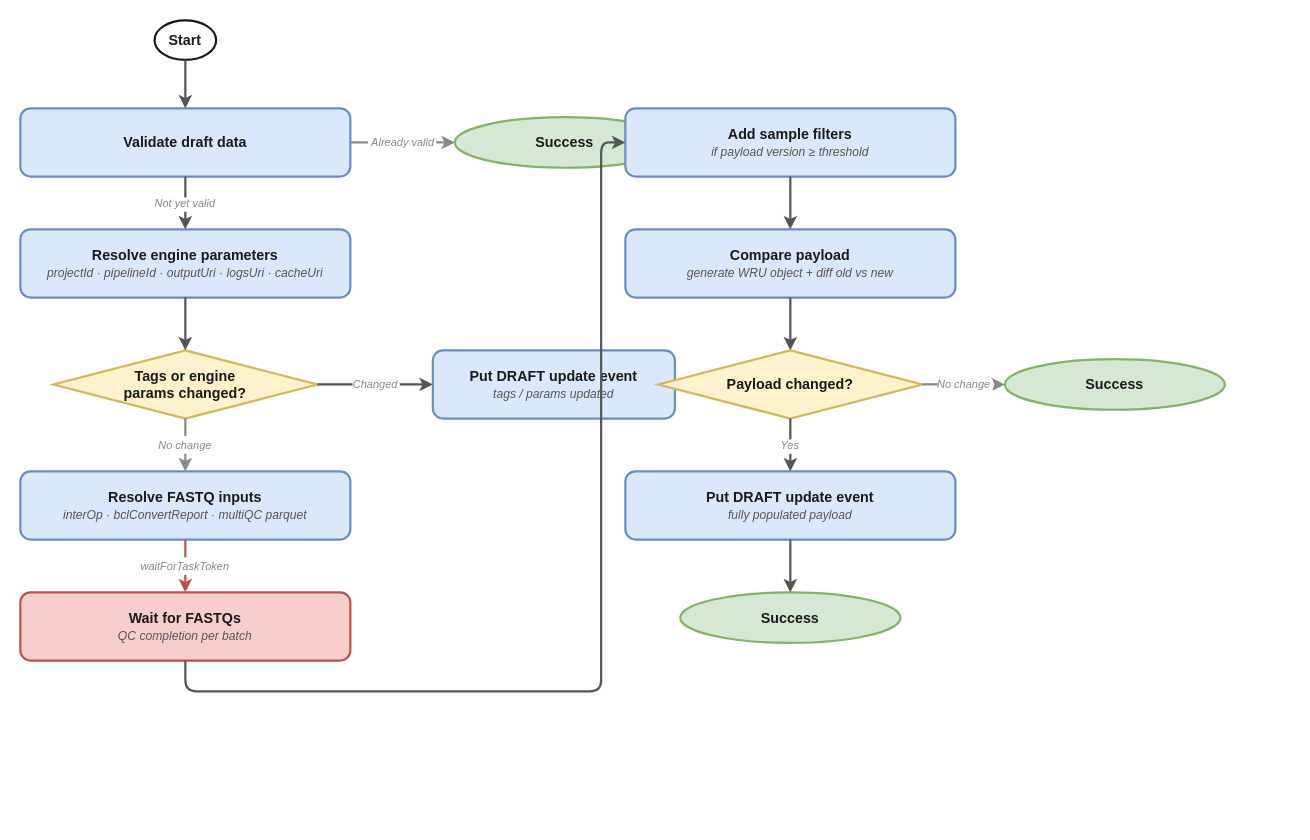
Before: docs/draw-io-exports/populate-draft-data.drawio in OrcaBus/service-bclconvert-interop-qc-pipeline-manager, a draw.io diagram. Source tidied: cells renumbered, new cells numbered last; positions are measured from the earlier drawing's top-left corner, leaving out a move shared by most shapes. Both pictures are drawn from the tidied source at 110%, with x=0, y=0 at pixel (20, 20).
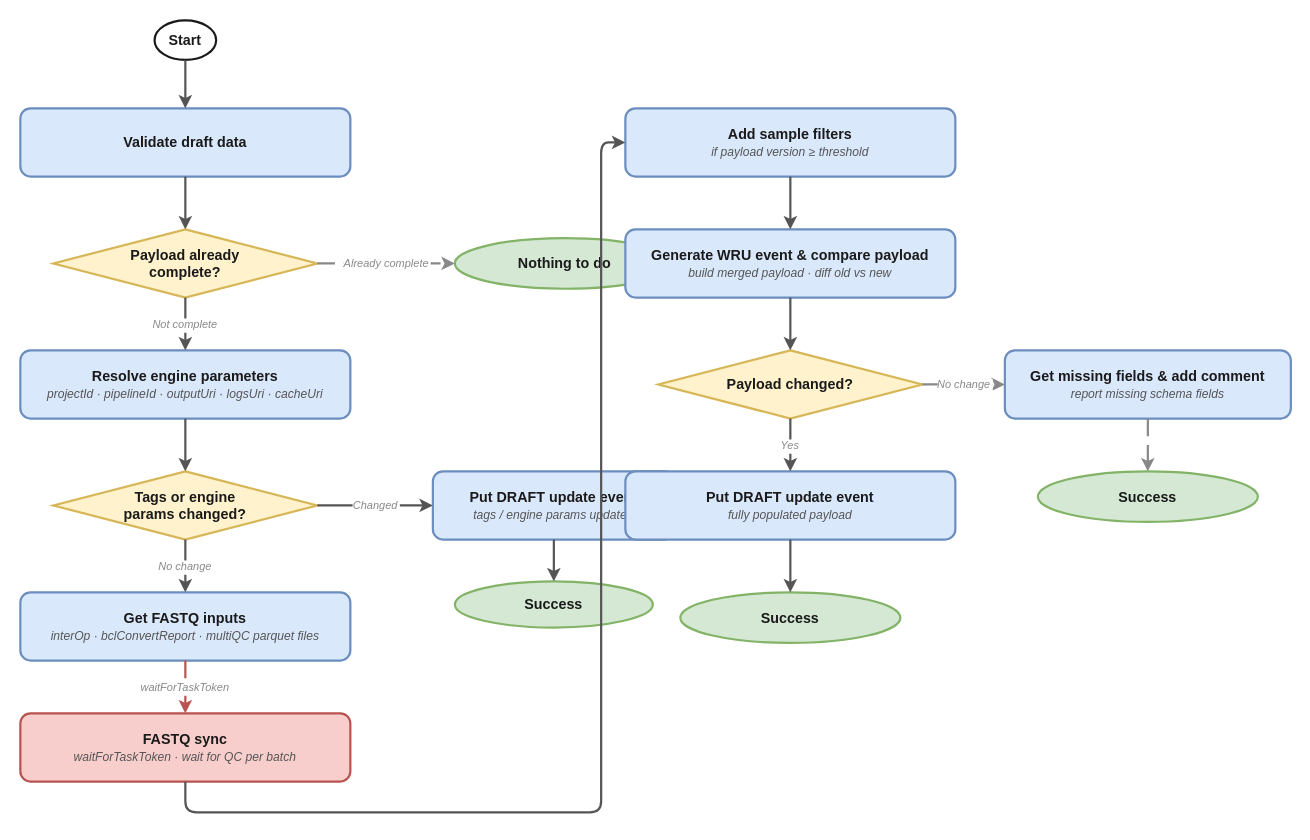
Above is the later version.

Unchanged cells that the change refers to:
```xml
<mxCell id="3" value="Validate draft data" style="rounded=1;whiteSpace=wrap;html=1;fillColor=#dae8fc;strokeColor=#6c8ebf;strokeWidth=2;fontSize=13;fontStyle=1;fontColor=#1a1a1a;" parent="1" vertex="1">
  <mxGeometry y="80" width="300" height="62" as="geometry" />
</mxCell>
<mxCell id="10" value="&lt;b&gt;Add sample filters&lt;/b&gt;&lt;br&gt;&lt;i style=&quot;font-size:11px;color:#555555;&quot;&gt;if payload version ≥ threshold&lt;/i&gt;" style="rounded=1;whiteSpace=wrap;html=1;fillColor=#dae8fc;strokeColor=#6c8ebf;strokeWidth=2;fontSize=13;fontColor=#1a1a1a;" parent="1" vertex="1">
  <mxGeometry x="550" y="80" width="300" height="62" as="geometry" />
</mxCell>
```

The edit, as a diff of the source:
```diff
@@
-    <mxCell id="4" value="Success" style="ellipse;whiteSpace=wrap;html=1;fillColor=#d5e8d4;strokeColor=#82b366;strokeWidth=2;fontSize=13;fontStyle=1;fontColor=#1a1a1a;arcSize=50;" parent="1" vertex="1">
-      <mxGeometry x="395" y="88" width="200" height="46" as="geometry" />
+    <mxCell id="4" value="Payload already&#10;complete?" style="rhombus;whiteSpace=wrap;html=1;fillColor=#fff2cc;strokeColor=#d6b656;strokeWidth=2;fontSize=13;fontStyle=1;fontColor=#1a1a1a;" parent="1" vertex="1">
+      <mxGeometry x="30" y="190" width="240" height="62" as="geometry" />
     </mxCell>
+    <mxCell id="29" value="Nothing to do" style="ellipse;whiteSpace=wrap;html=1;fillColor=#d5e8d4;strokeColor=#82b366;strokeWidth=2;fontSize=13;fontStyle=1;fontColor=#1a1a1a;arcSize=50;" parent="1" vertex="1">
+      <mxGeometry x="395" y="198" width="200" height="46" as="geometry" />
+    </mxCell>
     <mxCell id="5" value="&lt;b&gt;Resolve engine parameters&lt;/b&gt;&lt;br&gt;&lt;i style=&quot;font-size:11px;color:#555555;&quot;&gt;projectId · pipelineId · outputUri · logsUri · cacheUri&lt;/i&gt;" style="rounded=1;whiteSpace=wrap;html=1;fillColor=#dae8fc;strokeColor=#6c8ebf;strokeWidth=2;fontSize=13;fontColor=#1a1a1a;" parent="1" vertex="1">
-      <mxGeometry y="190" width="300" height="62" as="geometry" />
+      <mxGeometry y="300" width="300" height="62" as="geometry" />
     </mxCell>
     <mxCell id="6" value="Tags or engine&#10;params changed?" style="rhombus;whiteSpace=wrap;html=1;fillColor=#fff2cc;strokeColor=#d6b656;strokeWidth=2;fontSize=13;fontStyle=1;fontColor=#1a1a1a;" parent="1" vertex="1">
-      <mxGeometry x="30" y="300" width="240" height="62" as="geometry" />
+      <mxGeometry x="30" y="410" width="240" height="62" as="geometry" />
     </mxCell>
-    <mxCell id="7" value="&lt;b&gt;Put DRAFT update event&lt;/b&gt;&lt;br&gt;&lt;i style=&quot;font-size:11px;color:#555555;&quot;&gt;tags / params updated&lt;/i&gt;" style="rounded=1;whiteSpace=wrap;html=1;fillColor=#dae8fc;strokeColor=#6c8ebf;strokeWidth=2;fontSize=13;fontColor=#1a1a1a;" parent="1" vertex="1">
-      <mxGeometry x="375" y="300" width="220" height="62" as="geometry" />
+    <mxCell id="7" value="&lt;b&gt;Put DRAFT update event&lt;/b&gt;&lt;br&gt;&lt;i style=&quot;font-size:11px;color:#555555;&quot;&gt;tags / engine params updated&lt;/i&gt;" style="rounded=1;whiteSpace=wrap;html=1;fillColor=#dae8fc;strokeColor=#6c8ebf;strokeWidth=2;fontSize=13;fontColor=#1a1a1a;" parent="1" vertex="1">
+      <mxGeometry x="375" y="410" width="220" height="62" as="geometry" />
     </mxCell>
+    <mxCell id="30" value="Success" style="ellipse;whiteSpace=wrap;html=1;fillColor=#d5e8d4;strokeColor=#82b366;strokeWidth=2;fontSize=13;fontStyle=1;fontColor=#1a1a1a;arcSize=50;" parent="1" vertex="1">
+      <mxGeometry x="395" y="510" width="180" height="42" as="geometry" />
+    </mxCell>
-    <mxCell id="8" value="&lt;b&gt;Resolve FASTQ inputs&lt;/b&gt;&lt;br&gt;&lt;i style=&quot;font-size:11px;color:#555555;&quot;&gt;interOp · bclConvertReport · multiQC parquet&lt;/i&gt;" style="rounded=1;whiteSpace=wrap;html=1;fillColor=#dae8fc;strokeColor=#6c8ebf;strokeWidth=2;fontSize=13;fontColor=#1a1a1a;" parent="1" vertex="1">
-      <mxGeometry y="410" width="300" height="62" as="geometry" />
+    <mxCell id="8" value="&lt;b&gt;Get FASTQ inputs&lt;/b&gt;&lt;br&gt;&lt;i style=&quot;font-size:11px;color:#555555;&quot;&gt;interOp · bclConvertReport · multiQC parquet files&lt;/i&gt;" style="rounded=1;whiteSpace=wrap;html=1;fillColor=#dae8fc;strokeColor=#6c8ebf;strokeWidth=2;fontSize=13;fontColor=#1a1a1a;" parent="1" vertex="1">
+      <mxGeometry y="520" width="300" height="62" as="geometry" />
     </mxCell>
-    <mxCell id="9" value="&lt;b&gt;Wait for FASTQs&lt;/b&gt;&lt;br&gt;&lt;i style=&quot;font-size:11px;color:#555555;&quot;&gt;QC completion per batch&lt;/i&gt;" style="rounded=1;whiteSpace=wrap;html=1;fillColor=#f8cecc;strokeColor=#b85450;strokeWidth=2;fontSize=13;fontColor=#1a1a1a;" parent="1" vertex="1">
-      <mxGeometry y="520" width="300" height="62" as="geometry" />
+    <mxCell id="9" value="&lt;b&gt;FASTQ sync&lt;/b&gt;&lt;br&gt;&lt;i style=&quot;font-size:11px;color:#555555;&quot;&gt;waitForTaskToken · wait for QC per batch&lt;/i&gt;" style="rounded=1;whiteSpace=wrap;html=1;fillColor=#f8cecc;strokeColor=#b85450;strokeWidth=2;fontSize=13;fontColor=#1a1a1a;" parent="1" vertex="1">
+      <mxGeometry y="630" width="300" height="62" as="geometry" />
     </mxCell>
@@
-    <mxCell id="11" value="&lt;b&gt;Compare payload&lt;/b&gt;&lt;br&gt;&lt;i style=&quot;font-size:11px;color:#555555;&quot;&gt;generate WRU object + diff old vs new&lt;/i&gt;" style="rounded=1;whiteSpace=wrap;html=1;fillColor=#dae8fc;strokeColor=#6c8ebf;strokeWidth=2;fontSize=13;fontColor=#1a1a1a;" parent="1" vertex="1">
+    <mxCell id="11" value="&lt;b&gt;Generate WRU event &amp;amp; compare payload&lt;/b&gt;&lt;br&gt;&lt;i style=&quot;font-size:11px;color:#555555;&quot;&gt;build merged payload · diff old vs new&lt;/i&gt;" style="rounded=1;whiteSpace=wrap;html=1;fillColor=#dae8fc;strokeColor=#6c8ebf;strokeWidth=2;fontSize=13;fontColor=#1a1a1a;" parent="1" vertex="1">
       <mxGeometry x="550" y="190" width="300" height="62" as="geometry" />
     </mxCell>
@@
-    <mxCell id="15" value="Success" style="ellipse;whiteSpace=wrap;html=1;fillColor=#d5e8d4;strokeColor=#82b366;strokeWidth=2;fontSize=13;fontStyle=1;fontColor=#1a1a1a;arcSize=50;" parent="1" vertex="1">
-      <mxGeometry x="895" y="308" width="200" height="46" as="geometry" />
+    <mxCell id="15" value="&lt;b&gt;Get missing fields &amp;amp; add comment&lt;/b&gt;&lt;br&gt;&lt;i style=&quot;font-size:11px;color:#555555;&quot;&gt;report missing schema fields&lt;/i&gt;" style="rounded=1;whiteSpace=wrap;html=1;fillColor=#dae8fc;strokeColor=#6c8ebf;strokeWidth=2;fontSize=13;fontColor=#1a1a1a;" parent="1" vertex="1">
+      <mxGeometry x="895" y="300" width="260" height="62" as="geometry" />
     </mxCell>
+    <mxCell id="31" value="Success" style="ellipse;whiteSpace=wrap;html=1;fillColor=#d5e8d4;strokeColor=#82b366;strokeWidth=2;fontSize=13;fontStyle=1;fontColor=#1a1a1a;arcSize=50;" parent="1" vertex="1">
+      <mxGeometry x="925" y="410" width="200" height="46" as="geometry" />
+    </mxCell>
@@
-    <mxCell id="17" value="Already valid" style="edgeStyle=orthogonalEdgeStyle;strokeColor=#888888;strokeWidth=2;dashed=1;dashPattern=8 4;fontSize=10;fontColor=#888888;fontStyle=2;exitX=1;exitY=0.5;exitDx=0;exitDy=0;entryX=0;entryY=0.5;entryDx=0;entryDy=0;" parent="1" edge="1" source="3" target="4">
+    <mxCell id="17" style="edgeStyle=orthogonalEdgeStyle;strokeColor=#555555;strokeWidth=2;exitX=0.5;exitY=1;exitDx=0;exitDy=0;entryX=0.5;entryY=0;entryDx=0;entryDy=0;" parent="1" edge="1" source="3" target="4">
       <mxGeometry relative="1" as="geometry" />
     </mxCell>
+    <mxCell id="32" value="Already complete" style="edgeStyle=orthogonalEdgeStyle;strokeColor=#888888;strokeWidth=2;dashed=1;dashPattern=8 4;fontSize=10;fontColor=#888888;fontStyle=2;exitX=1;exitY=0.5;exitDx=0;exitDy=0;entryX=0;entryY=0.5;entryDx=0;entryDy=0;" parent="1" edge="1" source="4" target="29">
+      <mxGeometry relative="1" as="geometry" />
+    </mxCell>
-    <mxCell id="18" value="Not yet valid" style="edgeStyle=orthogonalEdgeStyle;strokeColor=#555555;strokeWidth=2;fontSize=10;fontColor=#888888;fontStyle=2;exitX=0.5;exitY=1;exitDx=0;exitDy=0;entryX=0.5;entryY=0;entryDx=0;entryDy=0;" parent="1" edge="1" source="3" target="5">
+    <mxCell id="18" value="Not complete" style="edgeStyle=orthogonalEdgeStyle;strokeColor=#555555;strokeWidth=2;fontSize=10;fontColor=#888888;fontStyle=2;exitX=0.5;exitY=1;exitDx=0;exitDy=0;entryX=0.5;entryY=0;entryDx=0;entryDy=0;" parent="1" edge="1" source="4" target="5">
       <mxGeometry relative="1" as="geometry" />
     </mxCell>
@@
+    <mxCell id="33" style="edgeStyle=orthogonalEdgeStyle;strokeColor=#555555;strokeWidth=2;exitX=0.5;exitY=1;exitDx=0;exitDy=0;entryX=0.5;entryY=0;entryDx=0;entryDy=0;" parent="1" edge="1" source="7" target="30">
+      <mxGeometry relative="1" as="geometry" />
+    </mxCell>
-    <mxCell id="21" value="No change" style="edgeStyle=orthogonalEdgeStyle;strokeColor=#888888;strokeWidth=2;dashed=1;dashPattern=8 4;fontSize=10;fontColor=#888888;fontStyle=2;exitX=0.5;exitY=1;exitDx=0;exitDy=0;entryX=0.5;entryY=0;entryDx=0;entryDy=0;" parent="1" edge="1" source="6" target="8">
+    <mxCell id="21" value="No change" style="edgeStyle=orthogonalEdgeStyle;strokeColor=#555555;strokeWidth=2;fontSize=10;fontColor=#888888;fontStyle=2;exitX=0.5;exitY=1;exitDx=0;exitDy=0;entryX=0.5;entryY=0;entryDx=0;entryDy=0;" parent="1" edge="1" source="6" target="8">
       <mxGeometry relative="1" as="geometry" />
     </mxCell>
@@
     <mxCell id="23" style="edgeStyle=orthogonalEdgeStyle;strokeColor=#555555;strokeWidth=2;exitX=0.5;exitY=1;exitDx=0;exitDy=0;entryX=0;entryY=0.5;entryDx=0;entryDy=0;" parent="1" edge="1" source="9" target="10">
       <mxGeometry relative="1" as="geometry">
         <Array as="points">
-          <mxPoint x="150" y="610" />
-          <mxPoint x="528" y="610" />
+          <mxPoint x="150" y="720" />
+          <mxPoint x="528" y="720" />
           <mxPoint x="528" y="111" />
         </Array>
       </mxGeometry>
     </mxCell>
@@
+    <mxCell id="34" style="edgeStyle=orthogonalEdgeStyle;strokeColor=#888888;strokeWidth=2;dashed=1;dashPattern=8 4;exitX=0.5;exitY=1;exitDx=0;exitDy=0;entryX=0.5;entryY=0;entryDx=0;entryDy=0;" parent="1" edge="1" source="15" target="31">
+      <mxGeometry relative="1" as="geometry" />
+    </mxCell>
```
